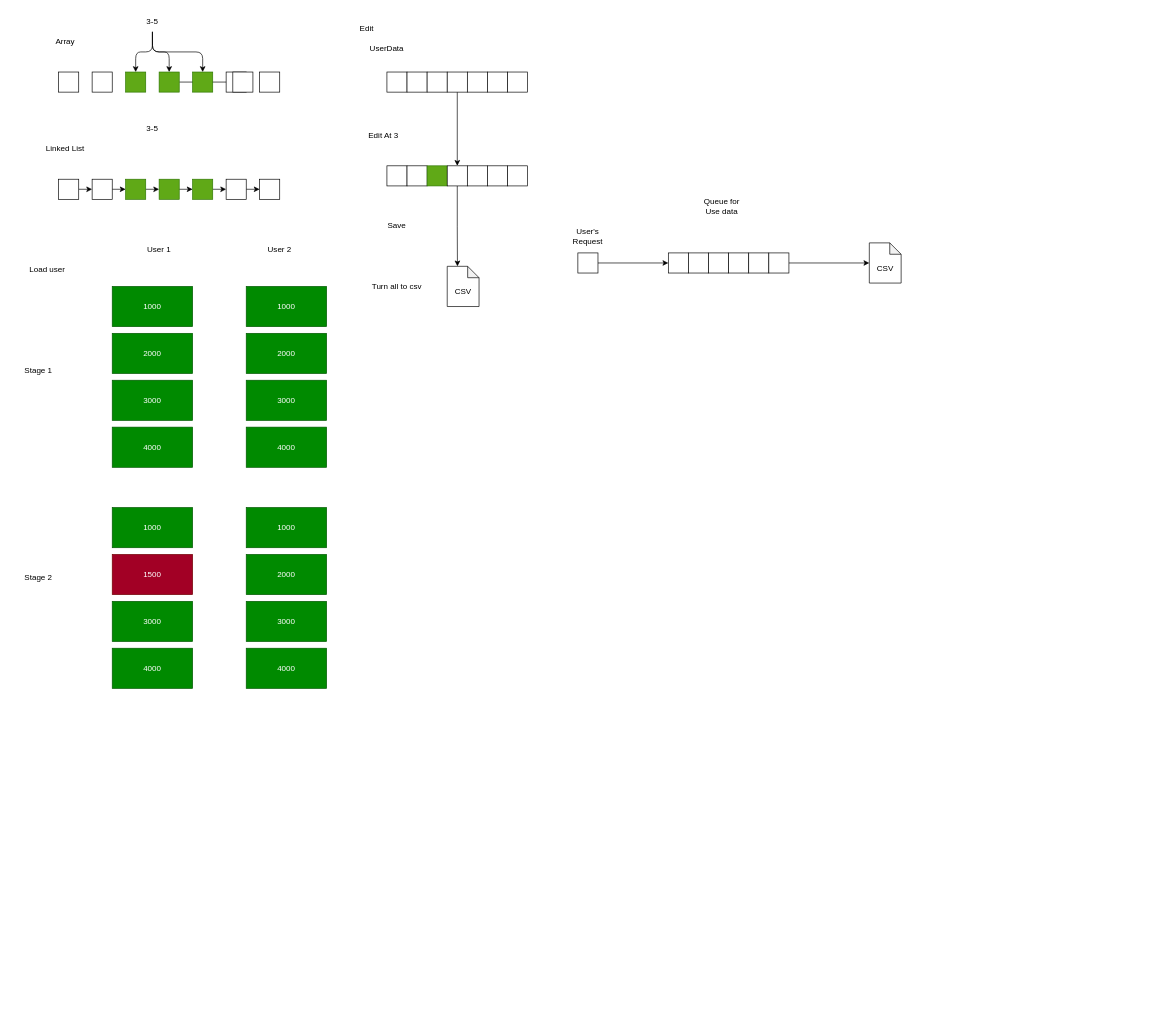
Earlier version of the draw.io diagram idea.drawio (CaptzDevs/terminalATM). Source tidied: cells renumbered, new cells numbered last; positions are measured from the earlier drawing's top-left corner, leaving out a move shared by most shapes. Both pictures are drawn from the tidied source at 67%, with x=0, y=0 at pixel (11, 11).
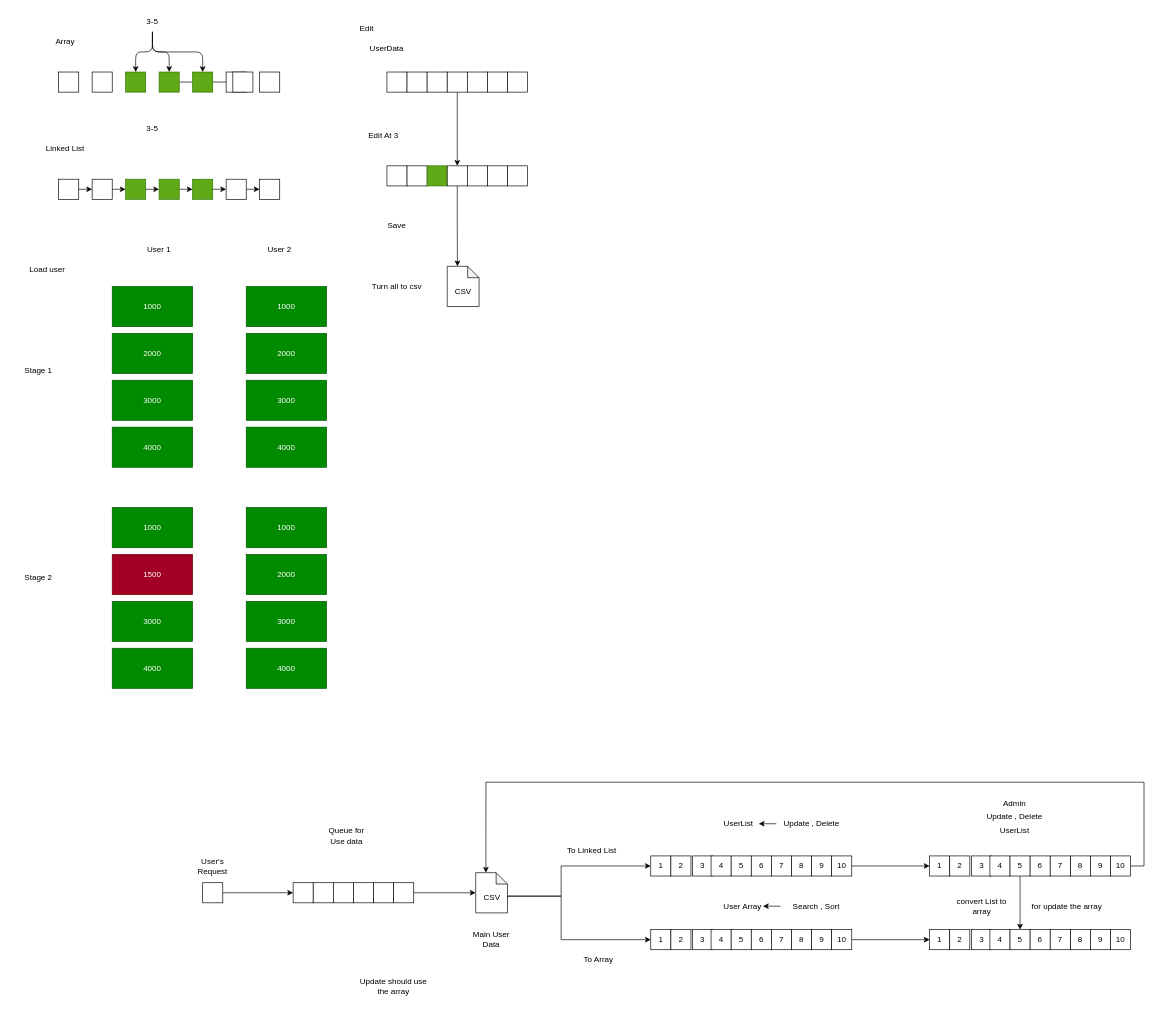
After the change.

Commit message (it also covers changes not shown here):
Change : No passing the list turn it to global instead same as array list

Change to the diagram source:
```diff
@@
+    <mxCell id="86" value="8" style="whiteSpace=wrap;html=1;flipH=1;" parent="1" vertex="1">
+      <mxGeometry x="1163.8" y="1260" width="30" height="30" as="geometry" />
+    </mxCell>
+    <mxCell id="87" value="9" style="whiteSpace=wrap;html=1;flipH=1;" parent="1" vertex="1">
+      <mxGeometry x="1193.8" y="1260" width="30" height="30" as="geometry" />
+    </mxCell>
+    <mxCell id="88" style="edgeStyle=orthogonalEdgeStyle;rounded=0;jettySize=auto;html=1;exitX=1;exitY=0.5;exitDx=0;exitDy=0;entryX=0;entryY=0.5;entryDx=0;entryDy=0;" parent="1" edge="1" source="89" target="126">
+      <mxGeometry relative="1" as="geometry" />
+    </mxCell>
+    <mxCell id="89" value="10" style="whiteSpace=wrap;html=1;flipH=1;" parent="1" vertex="1">
+      <mxGeometry x="1223.8" y="1260" width="30" height="30" as="geometry" />
+    </mxCell>
+    <mxCell id="90" value="1" style="whiteSpace=wrap;html=1;flipH=1;" parent="1" vertex="1">
+      <mxGeometry x="953.8" y="1260" width="30" height="30" as="geometry" />
+    </mxCell>
+    <mxCell id="91" value="2" style="whiteSpace=wrap;html=1;flipH=1;" parent="1" vertex="1">
+      <mxGeometry x="983.8" y="1260" width="30" height="30" as="geometry" />
+    </mxCell>
+    <mxCell id="92" value="3" style="whiteSpace=wrap;html=1;flipH=1;" parent="1" vertex="1">
+      <mxGeometry x="1016.2" y="1260" width="30" height="30" as="geometry" />
+    </mxCell>
+    <mxCell id="93" value="4" style="whiteSpace=wrap;html=1;flipH=1;" parent="1" vertex="1">
+      <mxGeometry x="1043.8" y="1260" width="30" height="30" as="geometry" />
+    </mxCell>
+    <mxCell id="94" value="5" style="whiteSpace=wrap;html=1;flipH=1;" parent="1" vertex="1">
+      <mxGeometry x="1073.8" y="1260" width="30" height="30" as="geometry" />
+    </mxCell>
+    <mxCell id="95" value="6" style="whiteSpace=wrap;html=1;flipH=1;" parent="1" vertex="1">
+      <mxGeometry x="1103.8" y="1260" width="30" height="30" as="geometry" />
+    </mxCell>
+    <mxCell id="96" value="7" style="whiteSpace=wrap;html=1;flipH=1;" parent="1" vertex="1">
+      <mxGeometry x="1133.8" y="1260" width="30" height="30" as="geometry" />
+    </mxCell>
+    <mxCell id="97" value="Main User Data" style="text;strokeColor=none;align=center;fillColor=none;html=1;verticalAlign=middle;whiteSpace=wrap;rounded=0;" parent="1" vertex="1">
+      <mxGeometry x="686.2" y="1370" width="60" height="30" as="geometry" />
+    </mxCell>
+    <mxCell id="98" style="edgeStyle=orthogonalEdgeStyle;rounded=0;jettySize=auto;html=1;exitX=0;exitY=0;exitDx=47.5;exitDy=38.5;exitPerimeter=0;entryX=0;entryY=0.5;entryDx=0;entryDy=0;" parent="1" edge="1" source="74" target="90">
+      <mxGeometry relative="1" as="geometry">
+        <Array as="points">
+          <mxPoint x="740" y="1320" />
+          <mxPoint x="820" y="1320" />
+          <mxPoint x="820" y="1275" />
+        </Array>
+      </mxGeometry>
+    </mxCell>
+    <mxCell id="99" style="edgeStyle=orthogonalEdgeStyle;rounded=0;jettySize=auto;html=1;exitX=0;exitY=0;exitDx=47.5;exitDy=38.5;exitPerimeter=0;entryX=0;entryY=0.5;entryDx=0;entryDy=0;" parent="1" edge="1" source="74" target="105">
+      <mxGeometry relative="1" as="geometry">
+        <Array as="points">
+          <mxPoint x="740" y="1320" />
+          <mxPoint x="820" y="1320" />
+          <mxPoint x="820" y="1385" />
+        </Array>
+      </mxGeometry>
+    </mxCell>
     <mxCell id="74" value="&lt;br&gt;CSV" style="shape=note;whiteSpace=wrap;html=1;backgroundOutline=1;darkOpacity=0.05;size=17;" parent="1" vertex="1">
-      <mxGeometry x="1280" y="345" width="47.5" height="60" as="geometry" />
+      <mxGeometry x="692.5" y="1285" width="47.5" height="60" as="geometry" />
     </mxCell>
-    <mxCell id="75" style="edgeStyle=orthogonalEdgeStyle;rounded=0;jettySize=auto;html=1;exitX=1;exitY=0.5;exitDx=0;exitDy=0;entryX=0;entryY=0.5;entryDx=0;entryDy=0;" parent="1" edge="1" source="76" target="77">
-      <mxGeometry relative="1" as="geometry" />
-    </mxCell>
-    <mxCell id="76" style="whiteSpace=wrap;html=1;flipH=1;" parent="1" vertex="1">
-      <mxGeometry x="845" y="360" width="30" height="30" as="geometry" />
-    </mxCell>
-    <mxCell id="77" style="whiteSpace=wrap;html=1;flipH=1;" parent="1" vertex="1">
-      <mxGeometry x="980" y="360" width="30" height="30" as="geometry" />
-    </mxCell>
-    <mxCell id="78" style="whiteSpace=wrap;html=1;flipH=1;" parent="1" vertex="1">
-      <mxGeometry x="1010" y="360" width="30" height="30" as="geometry" />
-    </mxCell>
-    <mxCell id="79" style="whiteSpace=wrap;html=1;flipH=1;" parent="1" vertex="1">
-      <mxGeometry x="1040" y="360" width="30" height="30" as="geometry" />
-    </mxCell>
-    <mxCell id="80" style="whiteSpace=wrap;html=1;flipH=1;" parent="1" vertex="1">
-      <mxGeometry x="1070" y="360" width="30" height="30" as="geometry" />
-    </mxCell>
-    <mxCell id="81" style="whiteSpace=wrap;html=1;flipH=1;" parent="1" vertex="1">
-      <mxGeometry x="1100" y="360" width="30" height="30" as="geometry" />
-    </mxCell>
-    <mxCell id="82" style="edgeStyle=orthogonalEdgeStyle;rounded=0;jettySize=auto;html=1;exitX=1;exitY=0.5;exitDx=0;exitDy=0;entryX=0;entryY=0.5;entryDx=0;entryDy=0;entryPerimeter=0;" parent="1" edge="1" source="83" target="74">
-      <mxGeometry relative="1" as="geometry" />
-    </mxCell>
-    <mxCell id="83" style="whiteSpace=wrap;html=1;flipH=1;" parent="1" vertex="1">
-      <mxGeometry x="1130" y="360" width="30" height="30" as="geometry" />
-    </mxCell>
+    <mxCell id="100" value="To Linked List" style="text;strokeColor=none;align=center;fillColor=none;html=1;verticalAlign=middle;whiteSpace=wrap;rounded=0;" parent="1" vertex="1">
+      <mxGeometry x="826.2" y="1237" width="80" height="30" as="geometry" />
+    </mxCell>
+    <mxCell id="101" value="8" style="whiteSpace=wrap;html=1;flipH=1;" parent="1" vertex="1">
+      <mxGeometry x="1163.8" y="1370" width="30" height="30" as="geometry" />
+    </mxCell>
+    <mxCell id="102" value="9" style="whiteSpace=wrap;html=1;flipH=1;" parent="1" vertex="1">
+      <mxGeometry x="1193.8" y="1370" width="30" height="30" as="geometry" />
+    </mxCell>
+    <mxCell id="103" style="edgeStyle=orthogonalEdgeStyle;rounded=0;jettySize=auto;html=1;exitX=1;exitY=0.5;exitDx=0;exitDy=0;entryX=0;entryY=0.5;entryDx=0;entryDy=0;" parent="1" edge="1" source="104" target="137">
+      <mxGeometry relative="1" as="geometry" />
+    </mxCell>
+    <mxCell id="104" value="10" style="whiteSpace=wrap;html=1;flipH=1;" parent="1" vertex="1">
+      <mxGeometry x="1223.8" y="1370" width="30" height="30" as="geometry" />
+    </mxCell>
+    <mxCell id="105" value="1" style="whiteSpace=wrap;html=1;flipH=1;" parent="1" vertex="1">
+      <mxGeometry x="953.8" y="1370" width="30" height="30" as="geometry" />
+    </mxCell>
+    <mxCell id="106" value="2" style="whiteSpace=wrap;html=1;flipH=1;" parent="1" vertex="1">
+      <mxGeometry x="983.8" y="1370" width="30" height="30" as="geometry" />
+    </mxCell>
+    <mxCell id="107" value="3" style="whiteSpace=wrap;html=1;flipH=1;" parent="1" vertex="1">
+      <mxGeometry x="1016.2" y="1370" width="30" height="30" as="geometry" />
+    </mxCell>
+    <mxCell id="108" value="4" style="whiteSpace=wrap;html=1;flipH=1;" parent="1" vertex="1">
+      <mxGeometry x="1043.8" y="1370" width="30" height="30" as="geometry" />
+    </mxCell>
+    <mxCell id="109" value="5" style="whiteSpace=wrap;html=1;flipH=1;" parent="1" vertex="1">
+      <mxGeometry x="1073.8" y="1370" width="30" height="30" as="geometry" />
+    </mxCell>
+    <mxCell id="110" value="6" style="whiteSpace=wrap;html=1;flipH=1;" parent="1" vertex="1">
+      <mxGeometry x="1103.8" y="1370" width="30" height="30" as="geometry" />
+    </mxCell>
+    <mxCell id="111" value="7" style="whiteSpace=wrap;html=1;flipH=1;" parent="1" vertex="1">
+      <mxGeometry x="1133.8" y="1370" width="30" height="30" as="geometry" />
+    </mxCell>
+    <mxCell id="112" value="To Array" style="text;strokeColor=none;align=center;fillColor=none;html=1;verticalAlign=middle;whiteSpace=wrap;rounded=0;" parent="1" vertex="1">
+      <mxGeometry x="836.2" y="1400" width="80" height="30" as="geometry" />
+    </mxCell>
+    <mxCell id="113" value="UserList" style="text;strokeColor=none;align=center;fillColor=none;html=1;verticalAlign=middle;whiteSpace=wrap;rounded=0;" parent="1" vertex="1">
+      <mxGeometry x="1055" y="1197" width="60" height="30" as="geometry" />
+    </mxCell>
+    <mxCell id="114" value="User Array" style="text;strokeColor=none;align=center;fillColor=none;html=1;verticalAlign=middle;whiteSpace=wrap;rounded=0;" parent="1" vertex="1">
+      <mxGeometry x="1061.2" y="1320" width="60" height="30" as="geometry" />
+    </mxCell>
+    <mxCell id="115" style="edgeStyle=orthogonalEdgeStyle;rounded=0;jettySize=auto;html=1;exitX=0;exitY=0.5;exitDx=0;exitDy=0;entryX=1;entryY=0.5;entryDx=0;entryDy=0;" parent="1" edge="1" source="116" target="113">
+      <mxGeometry relative="1" as="geometry" />
+    </mxCell>
+    <mxCell id="116" value="Update , Delete" style="text;strokeColor=none;align=center;fillColor=none;html=1;verticalAlign=middle;whiteSpace=wrap;rounded=0;" parent="1" vertex="1">
+      <mxGeometry x="1141.2" y="1197" width="106.2" height="30" as="geometry" />
+    </mxCell>
+    <mxCell id="117" style="edgeStyle=orthogonalEdgeStyle;rounded=0;jettySize=auto;html=1;exitX=0;exitY=0.5;exitDx=0;exitDy=0;entryX=1;entryY=0.5;entryDx=0;entryDy=0;" parent="1" edge="1" source="118" target="114">
+      <mxGeometry relative="1" as="geometry" />
+    </mxCell>
+    <mxCell id="118" value="Search , Sort" style="text;strokeColor=none;align=center;fillColor=none;html=1;verticalAlign=middle;whiteSpace=wrap;rounded=0;" parent="1" vertex="1">
+      <mxGeometry x="1147.5" y="1320" width="106.2" height="30" as="geometry" />
+    </mxCell>
+    <mxCell id="119" value="Admin" style="text;strokeColor=none;align=center;fillColor=none;html=1;verticalAlign=middle;whiteSpace=wrap;rounded=0;" parent="1" vertex="1">
+      <mxGeometry x="1466.9" y="1167" width="60" height="30" as="geometry" />
+    </mxCell>
+    <mxCell id="120" value="Update , Delete" style="text;strokeColor=none;align=center;fillColor=none;html=1;verticalAlign=middle;whiteSpace=wrap;rounded=0;" parent="1" vertex="1">
+      <mxGeometry x="1443.8" y="1187" width="106.2" height="30" as="geometry" />
+    </mxCell>
+    <mxCell id="121" value="UserList" style="text;strokeColor=none;align=center;fillColor=none;html=1;verticalAlign=middle;whiteSpace=wrap;rounded=0;" parent="1" vertex="1">
+      <mxGeometry x="1466.9" y="1207" width="60" height="30" as="geometry" />
+    </mxCell>
+    <mxCell id="122" value="8" style="whiteSpace=wrap;html=1;flipH=1;" parent="1" vertex="1">
+      <mxGeometry x="1580" y="1260" width="30" height="30" as="geometry" />
+    </mxCell>
+    <mxCell id="123" value="9" style="whiteSpace=wrap;html=1;flipH=1;" parent="1" vertex="1">
+      <mxGeometry x="1610" y="1260" width="30" height="30" as="geometry" />
+    </mxCell>
+    <mxCell id="124" style="edgeStyle=orthogonalEdgeStyle;rounded=0;jettySize=auto;html=1;exitX=1;exitY=0.5;exitDx=0;exitDy=0;entryX=0;entryY=0;entryDx=15.25;entryDy=0;entryPerimeter=0;" parent="1" edge="1" source="125" target="74">
+      <mxGeometry relative="1" as="geometry">
+        <Array as="points">
+          <mxPoint x="1690" y="1275" />
+          <mxPoint x="1690" y="1150" />
+          <mxPoint x="708" y="1150" />
+        </Array>
+      </mxGeometry>
+    </mxCell>
+    <mxCell id="125" value="10" style="whiteSpace=wrap;html=1;flipH=1;" parent="1" vertex="1">
+      <mxGeometry x="1640" y="1260" width="30" height="30" as="geometry" />
+    </mxCell>
+    <mxCell id="126" value="1" style="whiteSpace=wrap;html=1;flipH=1;" parent="1" vertex="1">
+      <mxGeometry x="1370" y="1260" width="30" height="30" as="geometry" />
+    </mxCell>
+    <mxCell id="127" value="2" style="whiteSpace=wrap;html=1;flipH=1;" parent="1" vertex="1">
+      <mxGeometry x="1400" y="1260" width="30" height="30" as="geometry" />
+    </mxCell>
+    <mxCell id="128" value="3" style="whiteSpace=wrap;html=1;flipH=1;" parent="1" vertex="1">
+      <mxGeometry x="1432.5" y="1260" width="30" height="30" as="geometry" />
+    </mxCell>
+    <mxCell id="129" value="4" style="whiteSpace=wrap;html=1;flipH=1;" parent="1" vertex="1">
+      <mxGeometry x="1460" y="1260" width="30" height="30" as="geometry" />
+    </mxCell>
+    <mxCell id="130" style="edgeStyle=orthogonalEdgeStyle;rounded=0;jettySize=auto;html=1;exitX=0.5;exitY=1;exitDx=0;exitDy=0;entryX=0.5;entryY=0;entryDx=0;entryDy=0;" parent="1" edge="1" source="131" target="141">
+      <mxGeometry relative="1" as="geometry" />
+    </mxCell>
+    <mxCell id="131" value="5" style="whiteSpace=wrap;html=1;flipH=1;" parent="1" vertex="1">
+      <mxGeometry x="1490" y="1260" width="30" height="30" as="geometry" />
+    </mxCell>
+    <mxCell id="132" value="6" style="whiteSpace=wrap;html=1;flipH=1;" parent="1" vertex="1">
+      <mxGeometry x="1520" y="1260" width="30" height="30" as="geometry" />
+    </mxCell>
+    <mxCell id="133" value="7" style="whiteSpace=wrap;html=1;flipH=1;" parent="1" vertex="1">
+      <mxGeometry x="1550" y="1260" width="30" height="30" as="geometry" />
+    </mxCell>
+    <mxCell id="134" value="8" style="whiteSpace=wrap;html=1;flipH=1;" parent="1" vertex="1">
+      <mxGeometry x="1580" y="1370" width="30" height="30" as="geometry" />
+    </mxCell>
+    <mxCell id="135" value="9" style="whiteSpace=wrap;html=1;flipH=1;" parent="1" vertex="1">
+      <mxGeometry x="1610" y="1370" width="30" height="30" as="geometry" />
+    </mxCell>
+    <mxCell id="136" value="10" style="whiteSpace=wrap;html=1;flipH=1;" parent="1" vertex="1">
+      <mxGeometry x="1640" y="1370" width="30" height="30" as="geometry" />
+    </mxCell>
+    <mxCell id="137" value="1" style="whiteSpace=wrap;html=1;flipH=1;" parent="1" vertex="1">
+      <mxGeometry x="1370" y="1370" width="30" height="30" as="geometry" />
+    </mxCell>
+    <mxCell id="138" value="2" style="whiteSpace=wrap;html=1;flipH=1;" parent="1" vertex="1">
+      <mxGeometry x="1400" y="1370" width="30" height="30" as="geometry" />
+    </mxCell>
+    <mxCell id="139" value="3" style="whiteSpace=wrap;html=1;flipH=1;" parent="1" vertex="1">
+      <mxGeometry x="1432.5" y="1370" width="30" height="30" as="geometry" />
+    </mxCell>
+    <mxCell id="140" value="4" style="whiteSpace=wrap;html=1;flipH=1;" parent="1" vertex="1">
+      <mxGeometry x="1460" y="1370" width="30" height="30" as="geometry" />
+    </mxCell>
+    <mxCell id="141" value="5" style="whiteSpace=wrap;html=1;flipH=1;" parent="1" vertex="1">
+      <mxGeometry x="1490" y="1370" width="30" height="30" as="geometry" />
+    </mxCell>
+    <mxCell id="142" value="6" style="whiteSpace=wrap;html=1;flipH=1;" parent="1" vertex="1">
+      <mxGeometry x="1520" y="1370" width="30" height="30" as="geometry" />
+    </mxCell>
+    <mxCell id="143" value="7" style="whiteSpace=wrap;html=1;flipH=1;" parent="1" vertex="1">
+      <mxGeometry x="1550" y="1370" width="30" height="30" as="geometry" />
+    </mxCell>
+    <mxCell id="144" value="&amp;nbsp;" style="text;strokeColor=none;align=center;fillColor=none;html=1;verticalAlign=middle;whiteSpace=wrap;rounded=0;" parent="1" vertex="1">
+      <mxGeometry x="1440" y="1330" width="60" height="30" as="geometry" />
+    </mxCell>
+    <mxCell id="145" value="convert List to array" style="text;strokeColor=none;align=center;fillColor=none;html=1;verticalAlign=middle;whiteSpace=wrap;rounded=0;" parent="1" vertex="1">
+      <mxGeometry x="1402.5" y="1320" width="90" height="30" as="geometry" />
+    </mxCell>
+    <mxCell id="146" value="for update the array" style="text;strokeColor=none;align=center;fillColor=none;html=1;verticalAlign=middle;whiteSpace=wrap;rounded=0;" parent="1" vertex="1">
+      <mxGeometry x="1510" y="1320" width="130" height="30" as="geometry" />
+    </mxCell>
+    <mxCell id="147" style="edgeStyle=orthogonalEdgeStyle;rounded=0;jettySize=auto;html=1;exitX=1;exitY=0.5;exitDx=0;exitDy=0;entryX=0;entryY=0.5;entryDx=0;entryDy=0;" parent="1" edge="1" source="148" target="149">
+      <mxGeometry relative="1" as="geometry" />
+    </mxCell>
+    <mxCell id="148" style="whiteSpace=wrap;html=1;flipH=1;" parent="1" vertex="1">
+      <mxGeometry x="285" y="1300" width="30" height="30" as="geometry" />
+    </mxCell>
+    <mxCell id="149" style="whiteSpace=wrap;html=1;flipH=1;" parent="1" vertex="1">
+      <mxGeometry x="420" y="1300" width="30" height="30" as="geometry" />
+    </mxCell>
+    <mxCell id="150" style="whiteSpace=wrap;html=1;flipH=1;" parent="1" vertex="1">
+      <mxGeometry x="450" y="1300" width="30" height="30" as="geometry" />
+    </mxCell>
+    <mxCell id="151" style="whiteSpace=wrap;html=1;flipH=1;" parent="1" vertex="1">
+      <mxGeometry x="480" y="1300" width="30" height="30" as="geometry" />
+    </mxCell>
+    <mxCell id="152" style="whiteSpace=wrap;html=1;flipH=1;" parent="1" vertex="1">
+      <mxGeometry x="510" y="1300" width="30" height="30" as="geometry" />
+    </mxCell>
+    <mxCell id="153" style="whiteSpace=wrap;html=1;flipH=1;" parent="1" vertex="1">
+      <mxGeometry x="540" y="1300" width="30" height="30" as="geometry" />
+    </mxCell>
+    <mxCell id="154" style="edgeStyle=orthogonalEdgeStyle;rounded=0;jettySize=auto;html=1;exitX=1;exitY=0.5;exitDx=0;exitDy=0;entryX=0;entryY=0.5;entryDx=0;entryDy=0;entryPerimeter=0;" parent="1" edge="1" source="155" target="74">
+      <mxGeometry relative="1" as="geometry" />
+    </mxCell>
+    <mxCell id="155" style="whiteSpace=wrap;html=1;flipH=1;" parent="1" vertex="1">
+      <mxGeometry x="570" y="1300" width="30" height="30" as="geometry" />
+    </mxCell>
     <mxCell id="84" value="User's Request" style="text;strokeColor=none;align=center;fillColor=none;html=1;verticalAlign=middle;whiteSpace=wrap;rounded=0;" parent="1" vertex="1">
-      <mxGeometry x="830" y="320" width="60" height="30" as="geometry" />
+      <mxGeometry x="270" y="1260" width="60" height="30" as="geometry" />
     </mxCell>
     <mxCell id="85" value="Queue for Use data" style="text;strokeColor=none;align=center;fillColor=none;html=1;verticalAlign=middle;whiteSpace=wrap;rounded=0;" parent="1" vertex="1">
-      <mxGeometry x="1030" y="275" width="60" height="30" as="geometry" />
+      <mxGeometry x="470" y="1215" width="60" height="30" as="geometry" />
     </mxCell>
+    <mxCell id="156" value="Update should use the array" style="text;strokeColor=none;align=center;fillColor=none;html=1;verticalAlign=middle;whiteSpace=wrap;rounded=0;" parent="1" vertex="1">
+      <mxGeometry x="515" y="1420" width="110" height="70" as="geometry" />
+    </mxCell>
```
